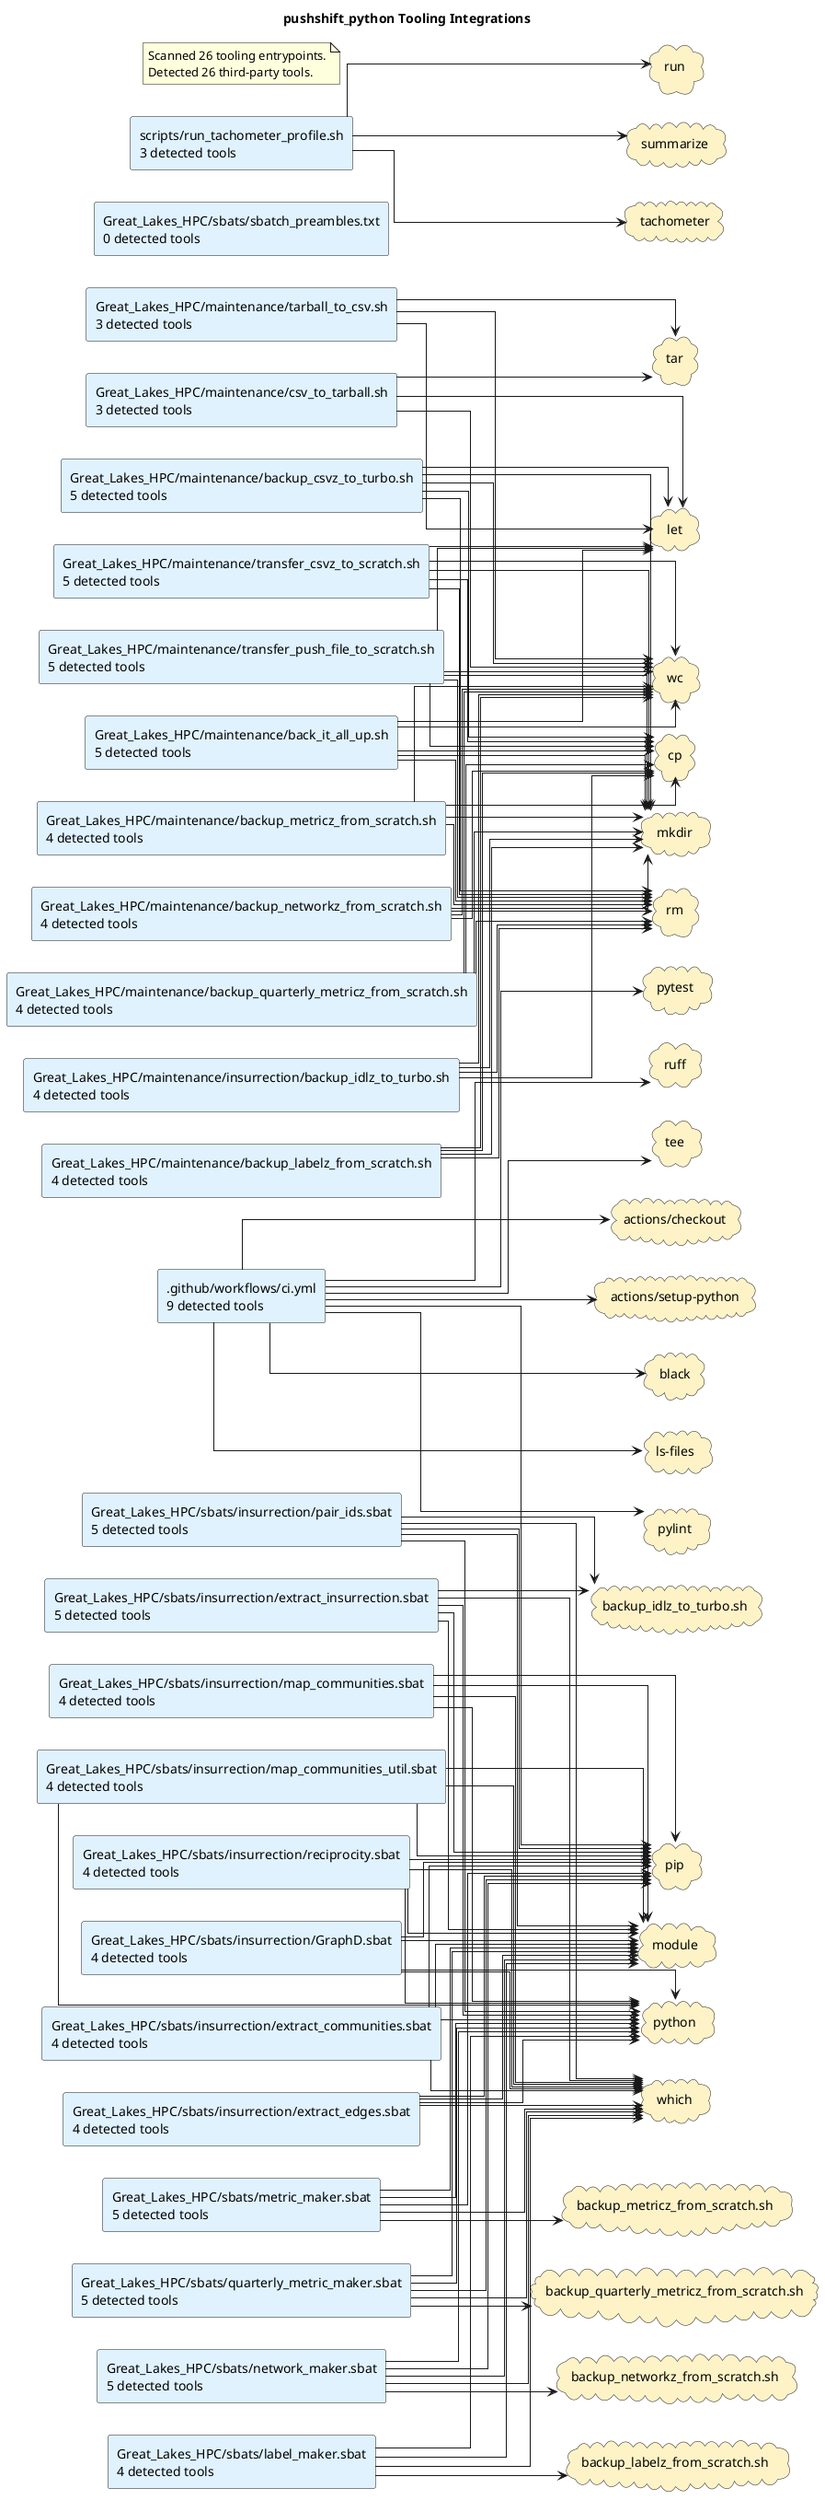
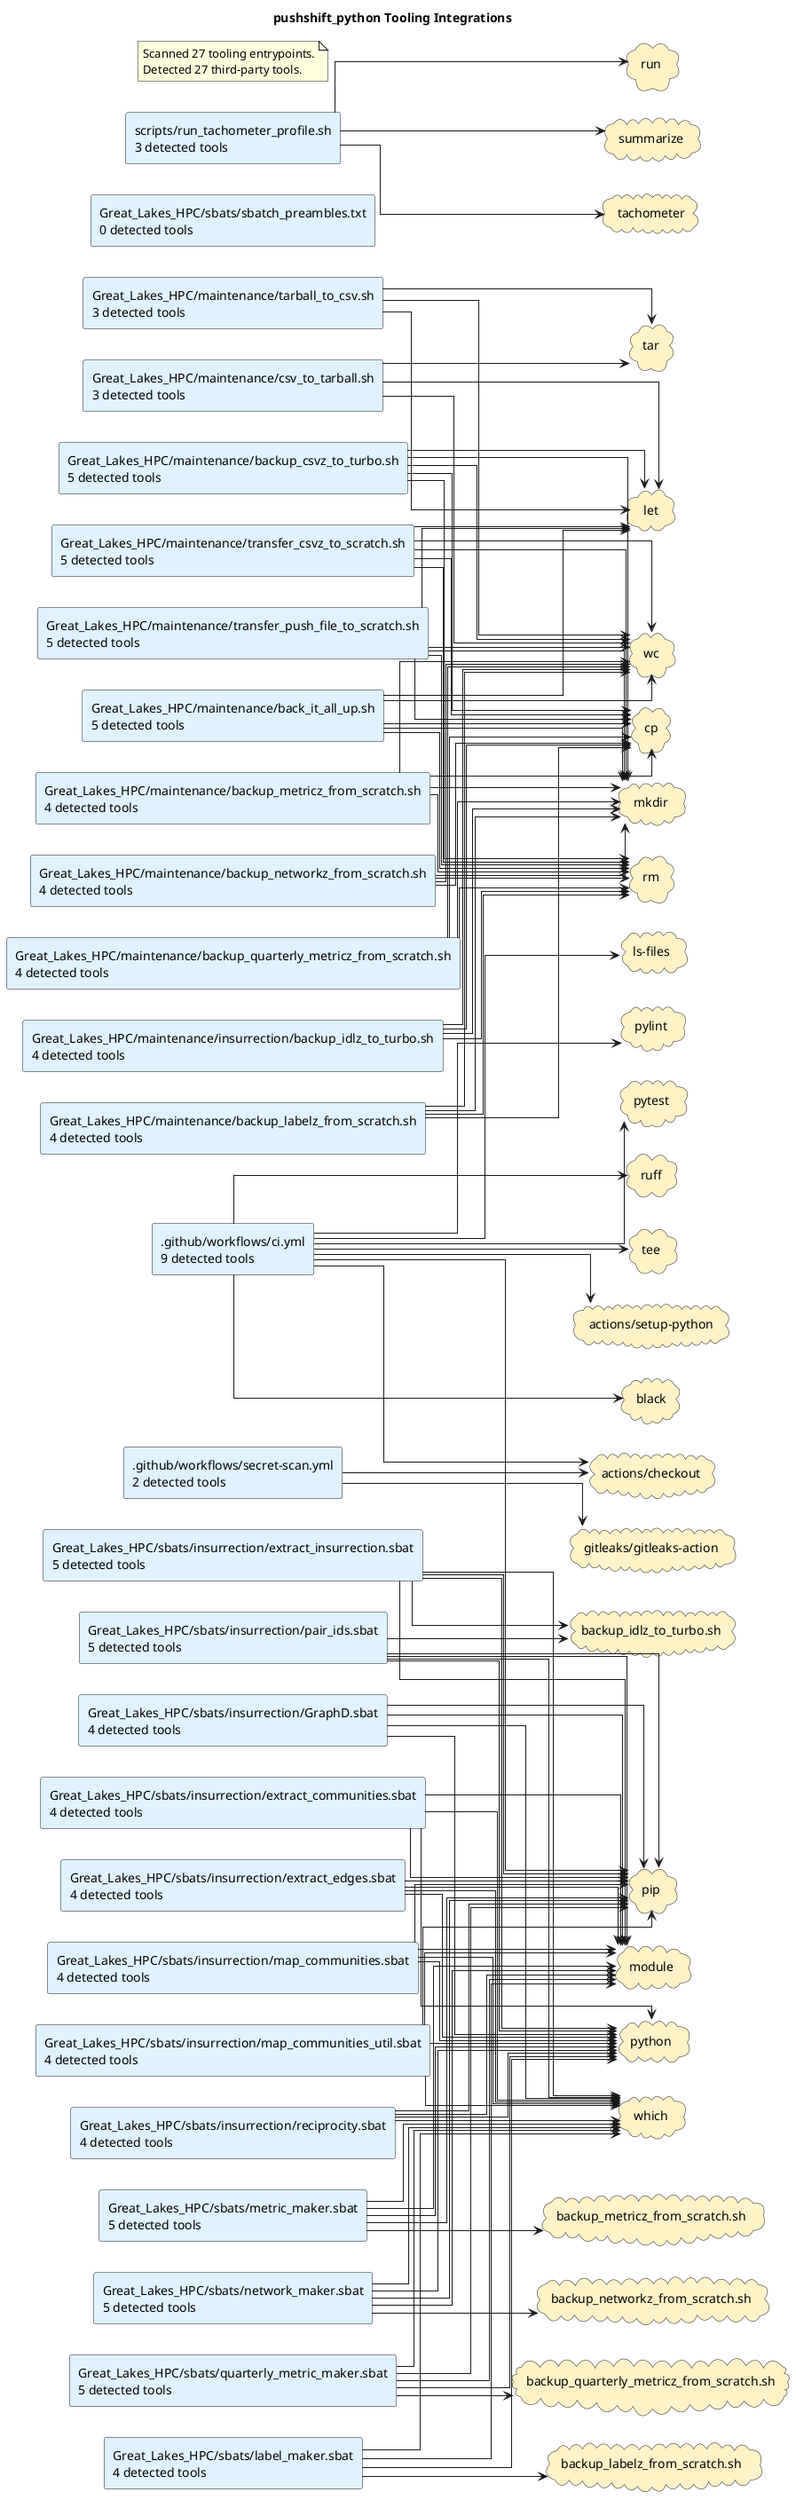
@startuml
title pushshift_python Tooling Integrations
left to right direction
skinparam shadowing false
skinparam defaultFontName Monospace
skinparam componentStyle rectangle
skinparam linetype ortho
rectangle ".github/workflows/ci.yml\n9 detected tools" as source_github_workflows_ci_yml #E0F2FE
+ rectangle ".github/workflows/secret-scan.yml\n2 detected tools" as source_github_workflows_secret_scan_yml #E0F2FE
rectangle "Great_Lakes_HPC/maintenance/back_it_all_up.sh\n5 detected tools" as source_great_lakes_hpc_maintenance_back_it_all_up_sh #E0F2FE
rectangle "Great_Lakes_HPC/maintenance/backup_csvz_to_turbo.sh\n5 detected tools" as source_great_lakes_hpc_maintenance_backup_csvz_to_turbo_sh #E0F2FE
rectangle "Great_Lakes_HPC/maintenance/backup_labelz_from_scratch.sh\n4 detected tools" as source_great_lakes_hpc_maintenance_backup_labelz_from_scratch_sh #E0F2FE
rectangle "Great_Lakes_HPC/maintenance/backup_metricz_from_scratch.sh\n4 detected tools" as source_great_lakes_hpc_maintenance_backup_metricz_from_scratch_sh #E0F2FE
rectangle "Great_Lakes_HPC/maintenance/backup_networkz_from_scratch.sh\n4 detected tools" as source_great_lakes_hpc_maintenance_backup_networkz_from_scratch_sh #E0F2FE
rectangle "Great_Lakes_HPC/maintenance/backup_quarterly_metricz_from_scratch.sh\n4 detected tools" as source_great_lakes_hpc_maintenance_backup_quarterly_metricz_from_scratch_sh #E0F2FE
rectangle "Great_Lakes_HPC/maintenance/csv_to_tarball.sh\n3 detected tools" as source_great_lakes_hpc_maintenance_csv_to_tarball_sh #E0F2FE
rectangle "Great_Lakes_HPC/maintenance/insurrection/backup_idlz_to_turbo.sh\n4 detected tools" as source_great_lakes_hpc_maintenance_insurrection_backup_idlz_to_turbo_sh #E0F2FE
rectangle "Great_Lakes_HPC/maintenance/tarball_to_csv.sh\n3 detected tools" as source_great_lakes_hpc_maintenance_tarball_to_csv_sh #E0F2FE
rectangle "Great_Lakes_HPC/maintenance/transfer_csvz_to_scratch.sh\n5 detected tools" as source_great_lakes_hpc_maintenance_transfer_csvz_to_scratch_sh #E0F2FE
rectangle "Great_Lakes_HPC/maintenance/transfer_push_file_to_scratch.sh\n5 detected tools" as source_great_lakes_hpc_maintenance_transfer_push_file_to_scratch_sh #E0F2FE
rectangle "Great_Lakes_HPC/sbats/insurrection/GraphD.sbat\n4 detected tools" as source_great_lakes_hpc_sbats_insurrection_graphd_sbat #E0F2FE
rectangle "Great_Lakes_HPC/sbats/insurrection/extract_communities.sbat\n4 detected tools" as source_great_lakes_hpc_sbats_insurrection_extract_communities_sbat #E0F2FE
rectangle "Great_Lakes_HPC/sbats/insurrection/extract_edges.sbat\n4 detected tools" as source_great_lakes_hpc_sbats_insurrection_extract_edges_sbat #E0F2FE
rectangle "Great_Lakes_HPC/sbats/insurrection/extract_insurrection.sbat\n5 detected tools" as source_great_lakes_hpc_sbats_insurrection_extract_insurrection_sbat #E0F2FE
rectangle "Great_Lakes_HPC/sbats/insurrection/map_communities.sbat\n4 detected tools" as source_great_lakes_hpc_sbats_insurrection_map_communities_sbat #E0F2FE
rectangle "Great_Lakes_HPC/sbats/insurrection/map_communities_util.sbat\n4 detected tools" as source_great_lakes_hpc_sbats_insurrection_map_communities_util_sbat #E0F2FE
rectangle "Great_Lakes_HPC/sbats/insurrection/pair_ids.sbat\n5 detected tools" as source_great_lakes_hpc_sbats_insurrection_pair_ids_sbat #E0F2FE
rectangle "Great_Lakes_HPC/sbats/insurrection/reciprocity.sbat\n4 detected tools" as source_great_lakes_hpc_sbats_insurrection_reciprocity_sbat #E0F2FE
rectangle "Great_Lakes_HPC/sbats/label_maker.sbat\n4 detected tools" as source_great_lakes_hpc_sbats_label_maker_sbat #E0F2FE
rectangle "Great_Lakes_HPC/sbats/metric_maker.sbat\n5 detected tools" as source_great_lakes_hpc_sbats_metric_maker_sbat #E0F2FE
rectangle "Great_Lakes_HPC/sbats/network_maker.sbat\n5 detected tools" as source_great_lakes_hpc_sbats_network_maker_sbat #E0F2FE
rectangle "Great_Lakes_HPC/sbats/quarterly_metric_maker.sbat\n5 detected tools" as source_great_lakes_hpc_sbats_quarterly_metric_maker_sbat #E0F2FE
rectangle "Great_Lakes_HPC/sbats/sbatch_preambles.txt\n0 detected tools" as source_great_lakes_hpc_sbats_sbatch_preambles_txt #E0F2FE
rectangle "scripts/run_tachometer_profile.sh\n3 detected tools" as source_scripts_run_tachometer_profile_sh #E0F2FE
cloud "actions/checkout" as tool_actions_checkout #FEF3C7
cloud "actions/setup-python" as tool_actions_setup_python #FEF3C7
cloud "backup_idlz_to_turbo.sh" as tool_backup_idlz_to_turbo_sh #FEF3C7
cloud "backup_labelz_from_scratch.sh" as tool_backup_labelz_from_scratch_sh #FEF3C7
cloud "backup_metricz_from_scratch.sh" as tool_backup_metricz_from_scratch_sh #FEF3C7
cloud "backup_networkz_from_scratch.sh" as tool_backup_networkz_from_scratch_sh #FEF3C7
cloud "backup_quarterly_metricz_from_scratch.sh" as tool_backup_quarterly_metricz_from_scratch_sh #FEF3C7
cloud "black" as tool_black #FEF3C7
cloud "cp" as tool_cp #FEF3C7
+ cloud "gitleaks/gitleaks-action" as tool_gitleaks_gitleaks_action #FEF3C7
cloud "let" as tool_let #FEF3C7
cloud "ls-files" as tool_ls_files #FEF3C7
cloud "mkdir" as tool_mkdir #FEF3C7
cloud "module" as tool_module #FEF3C7
cloud "pip" as tool_pip #FEF3C7
cloud "pylint" as tool_pylint #FEF3C7
cloud "pytest" as tool_pytest #FEF3C7
cloud "python" as tool_python #FEF3C7
cloud "rm" as tool_rm #FEF3C7
cloud "ruff" as tool_ruff #FEF3C7
cloud "run" as tool_run #FEF3C7
cloud "summarize" as tool_summarize #FEF3C7
cloud "tachometer" as tool_tachometer #FEF3C7
cloud "tar" as tool_tar #FEF3C7
cloud "tee" as tool_tee #FEF3C7
cloud "wc" as tool_wc #FEF3C7
cloud "which" as tool_which #FEF3C7
source_github_workflows_ci_yml --> tool_actions_checkout
source_github_workflows_ci_yml --> tool_actions_setup_python
source_github_workflows_ci_yml --> tool_black
source_github_workflows_ci_yml --> tool_ls_files
source_github_workflows_ci_yml --> tool_pip
source_github_workflows_ci_yml --> tool_pylint
source_github_workflows_ci_yml --> tool_pytest
source_github_workflows_ci_yml --> tool_ruff
source_github_workflows_ci_yml --> tool_tee
+ source_github_workflows_secret_scan_yml --> tool_actions_checkout
+ source_github_workflows_secret_scan_yml --> tool_gitleaks_gitleaks_action
source_great_lakes_hpc_maintenance_back_it_all_up_sh --> tool_cp
source_great_lakes_hpc_maintenance_back_it_all_up_sh --> tool_let
source_great_lakes_hpc_maintenance_back_it_all_up_sh --> tool_mkdir
source_great_lakes_hpc_maintenance_back_it_all_up_sh --> tool_rm
source_great_lakes_hpc_maintenance_back_it_all_up_sh --> tool_wc
source_great_lakes_hpc_maintenance_backup_csvz_to_turbo_sh --> tool_cp
source_great_lakes_hpc_maintenance_backup_csvz_to_turbo_sh --> tool_let
source_great_lakes_hpc_maintenance_backup_csvz_to_turbo_sh --> tool_mkdir
source_great_lakes_hpc_maintenance_backup_csvz_to_turbo_sh --> tool_rm
source_great_lakes_hpc_maintenance_backup_csvz_to_turbo_sh --> tool_wc
source_great_lakes_hpc_maintenance_backup_labelz_from_scratch_sh --> tool_cp
source_great_lakes_hpc_maintenance_backup_labelz_from_scratch_sh --> tool_mkdir
source_great_lakes_hpc_maintenance_backup_labelz_from_scratch_sh --> tool_rm
source_great_lakes_hpc_maintenance_backup_labelz_from_scratch_sh --> tool_wc
source_great_lakes_hpc_maintenance_backup_metricz_from_scratch_sh --> tool_cp
source_great_lakes_hpc_maintenance_backup_metricz_from_scratch_sh --> tool_mkdir
source_great_lakes_hpc_maintenance_backup_metricz_from_scratch_sh --> tool_rm
source_great_lakes_hpc_maintenance_backup_metricz_from_scratch_sh --> tool_wc
source_great_lakes_hpc_maintenance_backup_networkz_from_scratch_sh --> tool_cp
source_great_lakes_hpc_maintenance_backup_networkz_from_scratch_sh --> tool_mkdir
source_great_lakes_hpc_maintenance_backup_networkz_from_scratch_sh --> tool_rm
source_great_lakes_hpc_maintenance_backup_networkz_from_scratch_sh --> tool_wc
source_great_lakes_hpc_maintenance_backup_quarterly_metricz_from_scratch_sh --> tool_cp
source_great_lakes_hpc_maintenance_backup_quarterly_metricz_from_scratch_sh --> tool_mkdir
source_great_lakes_hpc_maintenance_backup_quarterly_metricz_from_scratch_sh --> tool_rm
source_great_lakes_hpc_maintenance_backup_quarterly_metricz_from_scratch_sh --> tool_wc
source_great_lakes_hpc_maintenance_csv_to_tarball_sh --> tool_let
source_great_lakes_hpc_maintenance_csv_to_tarball_sh --> tool_tar
source_great_lakes_hpc_maintenance_csv_to_tarball_sh --> tool_wc
source_great_lakes_hpc_maintenance_insurrection_backup_idlz_to_turbo_sh --> tool_cp
source_great_lakes_hpc_maintenance_insurrection_backup_idlz_to_turbo_sh --> tool_mkdir
source_great_lakes_hpc_maintenance_insurrection_backup_idlz_to_turbo_sh --> tool_rm
source_great_lakes_hpc_maintenance_insurrection_backup_idlz_to_turbo_sh --> tool_wc
source_great_lakes_hpc_maintenance_tarball_to_csv_sh --> tool_let
source_great_lakes_hpc_maintenance_tarball_to_csv_sh --> tool_tar
source_great_lakes_hpc_maintenance_tarball_to_csv_sh --> tool_wc
source_great_lakes_hpc_maintenance_transfer_csvz_to_scratch_sh --> tool_cp
source_great_lakes_hpc_maintenance_transfer_csvz_to_scratch_sh --> tool_let
source_great_lakes_hpc_maintenance_transfer_csvz_to_scratch_sh --> tool_mkdir
source_great_lakes_hpc_maintenance_transfer_csvz_to_scratch_sh --> tool_rm
source_great_lakes_hpc_maintenance_transfer_csvz_to_scratch_sh --> tool_wc
source_great_lakes_hpc_maintenance_transfer_push_file_to_scratch_sh --> tool_cp
source_great_lakes_hpc_maintenance_transfer_push_file_to_scratch_sh --> tool_let
source_great_lakes_hpc_maintenance_transfer_push_file_to_scratch_sh --> tool_mkdir
source_great_lakes_hpc_maintenance_transfer_push_file_to_scratch_sh --> tool_rm
source_great_lakes_hpc_maintenance_transfer_push_file_to_scratch_sh --> tool_wc
source_great_lakes_hpc_sbats_insurrection_graphd_sbat --> tool_module
source_great_lakes_hpc_sbats_insurrection_graphd_sbat --> tool_pip
source_great_lakes_hpc_sbats_insurrection_graphd_sbat --> tool_python
source_great_lakes_hpc_sbats_insurrection_graphd_sbat --> tool_which
source_great_lakes_hpc_sbats_insurrection_extract_communities_sbat --> tool_module
source_great_lakes_hpc_sbats_insurrection_extract_communities_sbat --> tool_pip
source_great_lakes_hpc_sbats_insurrection_extract_communities_sbat --> tool_python
source_great_lakes_hpc_sbats_insurrection_extract_communities_sbat --> tool_which
source_great_lakes_hpc_sbats_insurrection_extract_edges_sbat --> tool_module
source_great_lakes_hpc_sbats_insurrection_extract_edges_sbat --> tool_pip
source_great_lakes_hpc_sbats_insurrection_extract_edges_sbat --> tool_python
source_great_lakes_hpc_sbats_insurrection_extract_edges_sbat --> tool_which
source_great_lakes_hpc_sbats_insurrection_extract_insurrection_sbat --> tool_backup_idlz_to_turbo_sh
source_great_lakes_hpc_sbats_insurrection_extract_insurrection_sbat --> tool_module
source_great_lakes_hpc_sbats_insurrection_extract_insurrection_sbat --> tool_pip
source_great_lakes_hpc_sbats_insurrection_extract_insurrection_sbat --> tool_python
source_great_lakes_hpc_sbats_insurrection_extract_insurrection_sbat --> tool_which
source_great_lakes_hpc_sbats_insurrection_map_communities_sbat --> tool_module
source_great_lakes_hpc_sbats_insurrection_map_communities_sbat --> tool_pip
source_great_lakes_hpc_sbats_insurrection_map_communities_sbat --> tool_python
source_great_lakes_hpc_sbats_insurrection_map_communities_sbat --> tool_which
source_great_lakes_hpc_sbats_insurrection_map_communities_util_sbat --> tool_module
source_great_lakes_hpc_sbats_insurrection_map_communities_util_sbat --> tool_pip
source_great_lakes_hpc_sbats_insurrection_map_communities_util_sbat --> tool_python
source_great_lakes_hpc_sbats_insurrection_map_communities_util_sbat --> tool_which
source_great_lakes_hpc_sbats_insurrection_pair_ids_sbat --> tool_backup_idlz_to_turbo_sh
source_great_lakes_hpc_sbats_insurrection_pair_ids_sbat --> tool_module
source_great_lakes_hpc_sbats_insurrection_pair_ids_sbat --> tool_pip
source_great_lakes_hpc_sbats_insurrection_pair_ids_sbat --> tool_python
source_great_lakes_hpc_sbats_insurrection_pair_ids_sbat --> tool_which
source_great_lakes_hpc_sbats_insurrection_reciprocity_sbat --> tool_module
source_great_lakes_hpc_sbats_insurrection_reciprocity_sbat --> tool_pip
source_great_lakes_hpc_sbats_insurrection_reciprocity_sbat --> tool_python
source_great_lakes_hpc_sbats_insurrection_reciprocity_sbat --> tool_which
source_great_lakes_hpc_sbats_label_maker_sbat --> tool_backup_labelz_from_scratch_sh
source_great_lakes_hpc_sbats_label_maker_sbat --> tool_module
source_great_lakes_hpc_sbats_label_maker_sbat --> tool_python
source_great_lakes_hpc_sbats_label_maker_sbat --> tool_which
source_great_lakes_hpc_sbats_metric_maker_sbat --> tool_backup_metricz_from_scratch_sh
source_great_lakes_hpc_sbats_metric_maker_sbat --> tool_module
source_great_lakes_hpc_sbats_metric_maker_sbat --> tool_pip
source_great_lakes_hpc_sbats_metric_maker_sbat --> tool_python
source_great_lakes_hpc_sbats_metric_maker_sbat --> tool_which
source_great_lakes_hpc_sbats_network_maker_sbat --> tool_backup_networkz_from_scratch_sh
source_great_lakes_hpc_sbats_network_maker_sbat --> tool_module
source_great_lakes_hpc_sbats_network_maker_sbat --> tool_pip
source_great_lakes_hpc_sbats_network_maker_sbat --> tool_python
source_great_lakes_hpc_sbats_network_maker_sbat --> tool_which
source_great_lakes_hpc_sbats_quarterly_metric_maker_sbat --> tool_backup_quarterly_metricz_from_scratch_sh
source_great_lakes_hpc_sbats_quarterly_metric_maker_sbat --> tool_module
source_great_lakes_hpc_sbats_quarterly_metric_maker_sbat --> tool_pip
source_great_lakes_hpc_sbats_quarterly_metric_maker_sbat --> tool_python
source_great_lakes_hpc_sbats_quarterly_metric_maker_sbat --> tool_which
source_scripts_run_tachometer_profile_sh --> tool_run
source_scripts_run_tachometer_profile_sh --> tool_summarize
source_scripts_run_tachometer_profile_sh --> tool_tachometer
note as toolingGraphSummary
- Scanned 26 tooling entrypoints.
- Detected 26 third-party tools.
+ Scanned 27 tooling entrypoints.
+ Detected 27 third-party tools.
end note
@enduml
